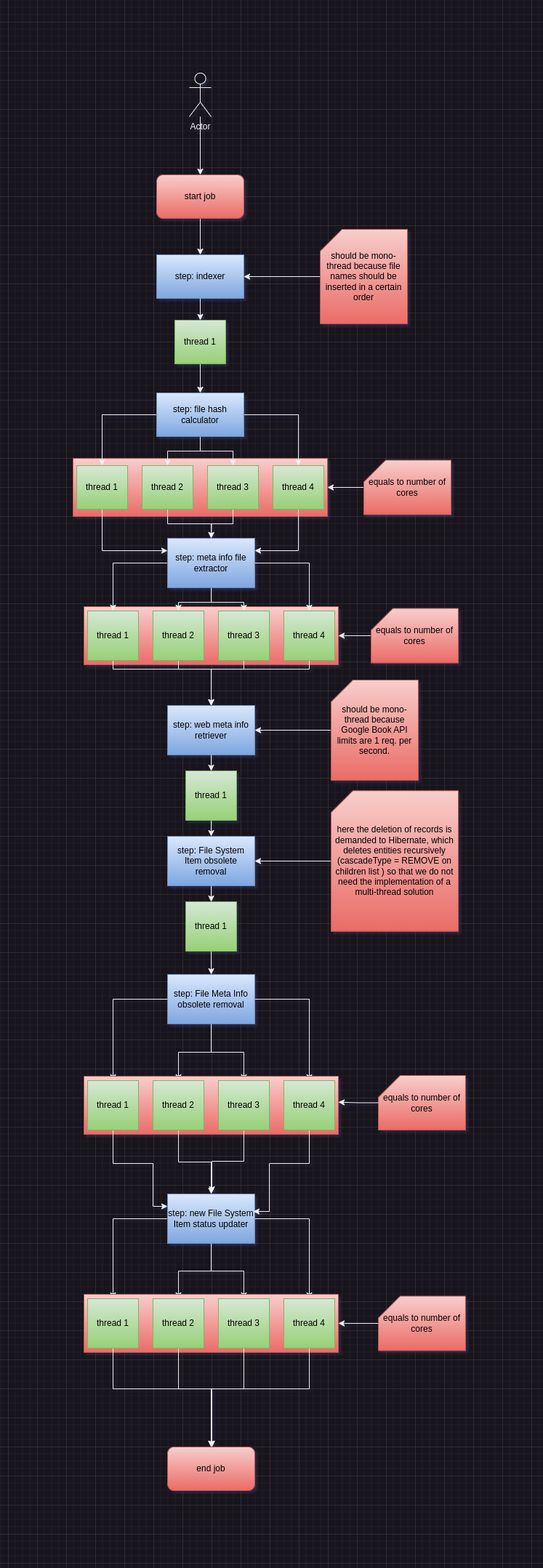
This is images/job_steps.png from goto-eof/europea-library-server, a draw.io export, as it was before one commit. Source tidied: cells renumbered, new cells last; positions are measured from the earlier drawing's top-left corner, leaving out a move shared by most shapes.
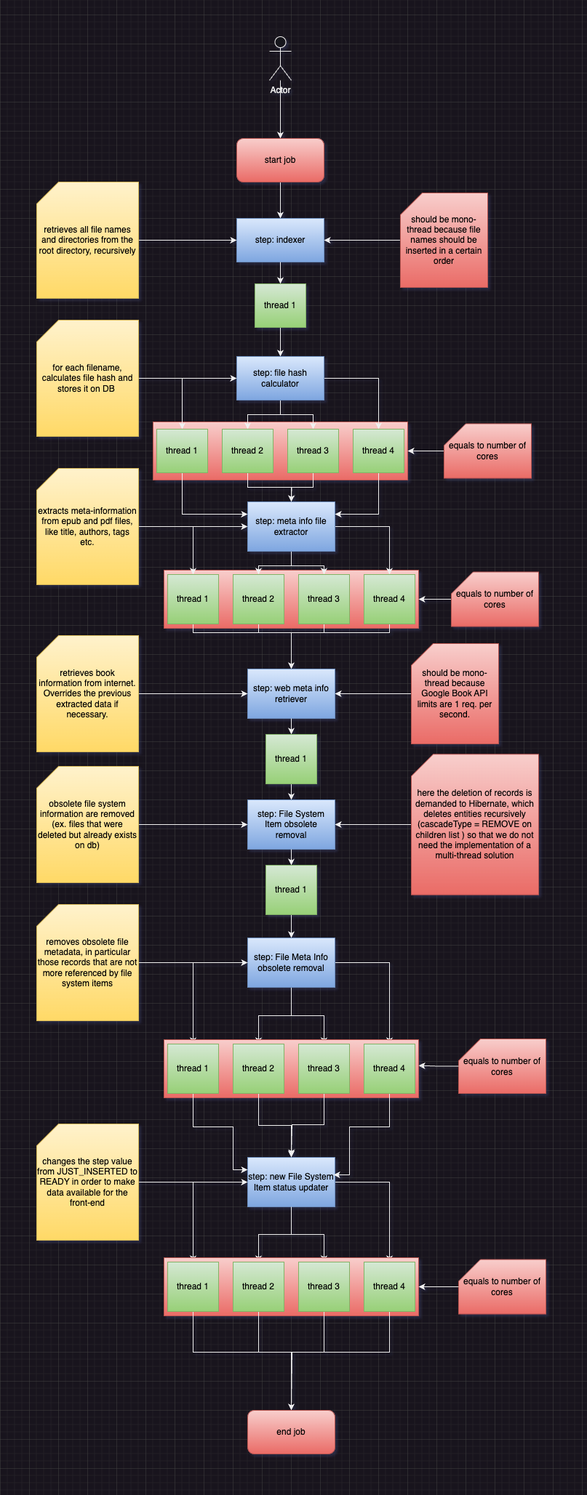
After the commit.

What changed in the source:
```diff
@@ -333,5 +333,47 @@
     <mxCell id="88" value="here the deletion of records is demanded to Hibernate, which deletes entities recursively (cascadeType = REMOVE on children list ) so that we do not need the implementation of a multi-thread solution" style="shape=card;whiteSpace=wrap;html=1;fillColor=#f8cecc;gradientColor=#ea6b66;strokeColor=#b85450;fontColor=#000000;" parent="1" vertex="1">
       <mxGeometry x="355" y="987.2" width="175" height="193.5" as="geometry" />
     </mxCell>
+    <mxCell id="89" style="edgeStyle=orthogonalEdgeStyle;rounded=0;jettySize=auto;html=1;entryX=0;entryY=0.5;entryDx=0;entryDy=0;" parent="1" edge="1" source="90" target="8">
+      <mxGeometry relative="1" as="geometry" />
+    </mxCell>
+    <mxCell id="90" value="retrieves all file names and directories from the root directory, recursively" style="shape=card;whiteSpace=wrap;html=1;fillColor=#fff2cc;strokeColor=#d6b656;gradientColor=#ffd966;fontColor=#000000;" parent="1" vertex="1">
+      <mxGeometry x="-160" y="200" width="140" height="160" as="geometry" />
+    </mxCell>
+    <mxCell id="91" style="edgeStyle=orthogonalEdgeStyle;rounded=0;jettySize=auto;html=1;entryX=0;entryY=0.5;entryDx=0;entryDy=0;" parent="1" edge="1" source="92" target="51">
+      <mxGeometry relative="1" as="geometry" />
+    </mxCell>
+    <mxCell id="92" value="for each filename, calculates file hash and stores it on DB&amp;nbsp;" style="shape=card;whiteSpace=wrap;html=1;fillColor=#fff2cc;strokeColor=#d6b656;gradientColor=#ffd966;fontColor=#000000;" parent="1" vertex="1">
+      <mxGeometry x="-160" y="390" width="140" height="160" as="geometry" />
+    </mxCell>
+    <mxCell id="93" style="edgeStyle=orthogonalEdgeStyle;rounded=0;jettySize=auto;html=1;entryX=0;entryY=0.5;entryDx=0;entryDy=0;" parent="1" edge="1" source="94" target="13">
+      <mxGeometry relative="1" as="geometry" />
+    </mxCell>
+    <mxCell id="94" value="extracts meta-information from epub and pdf files, like title, authors, tags etc." style="shape=card;whiteSpace=wrap;html=1;fillColor=#fff2cc;strokeColor=#d6b656;gradientColor=#ffd966;fontColor=#000000;" parent="1" vertex="1">
+      <mxGeometry x="-160" y="594" width="140" height="160" as="geometry" />
+    </mxCell>
+    <mxCell id="95" style="edgeStyle=orthogonalEdgeStyle;rounded=0;jettySize=auto;html=1;entryX=0;entryY=0.5;entryDx=0;entryDy=0;" parent="1" edge="1" source="96" target="25">
+      <mxGeometry relative="1" as="geometry" />
+    </mxCell>
+    <mxCell id="96" value="retrieves book information from internet. Overrides the previous extracted data if necessary." style="shape=card;whiteSpace=wrap;html=1;fillColor=#fff2cc;strokeColor=#d6b656;gradientColor=#ffd966;fontColor=#000000;" parent="1" vertex="1">
+      <mxGeometry x="-160" y="824" width="140" height="160" as="geometry" />
+    </mxCell>
+    <mxCell id="97" style="edgeStyle=orthogonalEdgeStyle;rounded=0;jettySize=auto;html=1;entryX=0;entryY=0.5;entryDx=0;entryDy=0;" parent="1" edge="1" source="98" target="29">
+      <mxGeometry relative="1" as="geometry" />
+    </mxCell>
+    <mxCell id="98" value="obsolete file system information are removed (ex. files that were deleted but already exists on db)" style="shape=card;whiteSpace=wrap;html=1;fillColor=#fff2cc;strokeColor=#d6b656;gradientColor=#ffd966;fontColor=#000000;" parent="1" vertex="1">
+      <mxGeometry x="-160" y="1004" width="140" height="160" as="geometry" />
+    </mxCell>
+    <mxCell id="99" style="edgeStyle=orthogonalEdgeStyle;rounded=0;jettySize=auto;html=1;entryX=0;entryY=0.5;entryDx=0;entryDy=0;" parent="1" edge="1" source="100" target="36">
+      <mxGeometry relative="1" as="geometry" />
+    </mxCell>
+    <mxCell id="100" value="removes obsolete file metadata, in particular those records that are not more referenced by file system items" style="shape=card;whiteSpace=wrap;html=1;fillColor=#fff2cc;strokeColor=#d6b656;gradientColor=#ffd966;fontColor=#000000;" parent="1" vertex="1">
+      <mxGeometry x="-160" y="1194" width="140" height="160" as="geometry" />
+    </mxCell>
+    <mxCell id="101" style="edgeStyle=orthogonalEdgeStyle;rounded=0;jettySize=auto;html=1;entryX=0;entryY=0.5;entryDx=0;entryDy=0;" parent="1" edge="1" source="102" target="41">
+      <mxGeometry relative="1" as="geometry" />
+    </mxCell>
+    <mxCell id="102" value="changes the step value from JUST_INSERTED to READY in order to make data available for the front-end" style="shape=card;whiteSpace=wrap;html=1;fillColor=#fff2cc;strokeColor=#d6b656;gradientColor=#ffd966;fontColor=#000000;" parent="1" vertex="1">
+      <mxGeometry x="-160" y="1496" width="140" height="160" as="geometry" />
+    </mxCell>
   </root>
 </mxGraphModel>
```
